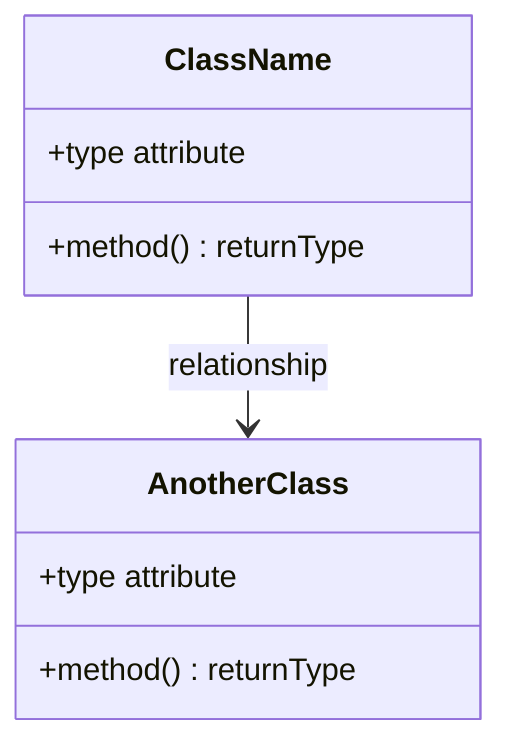
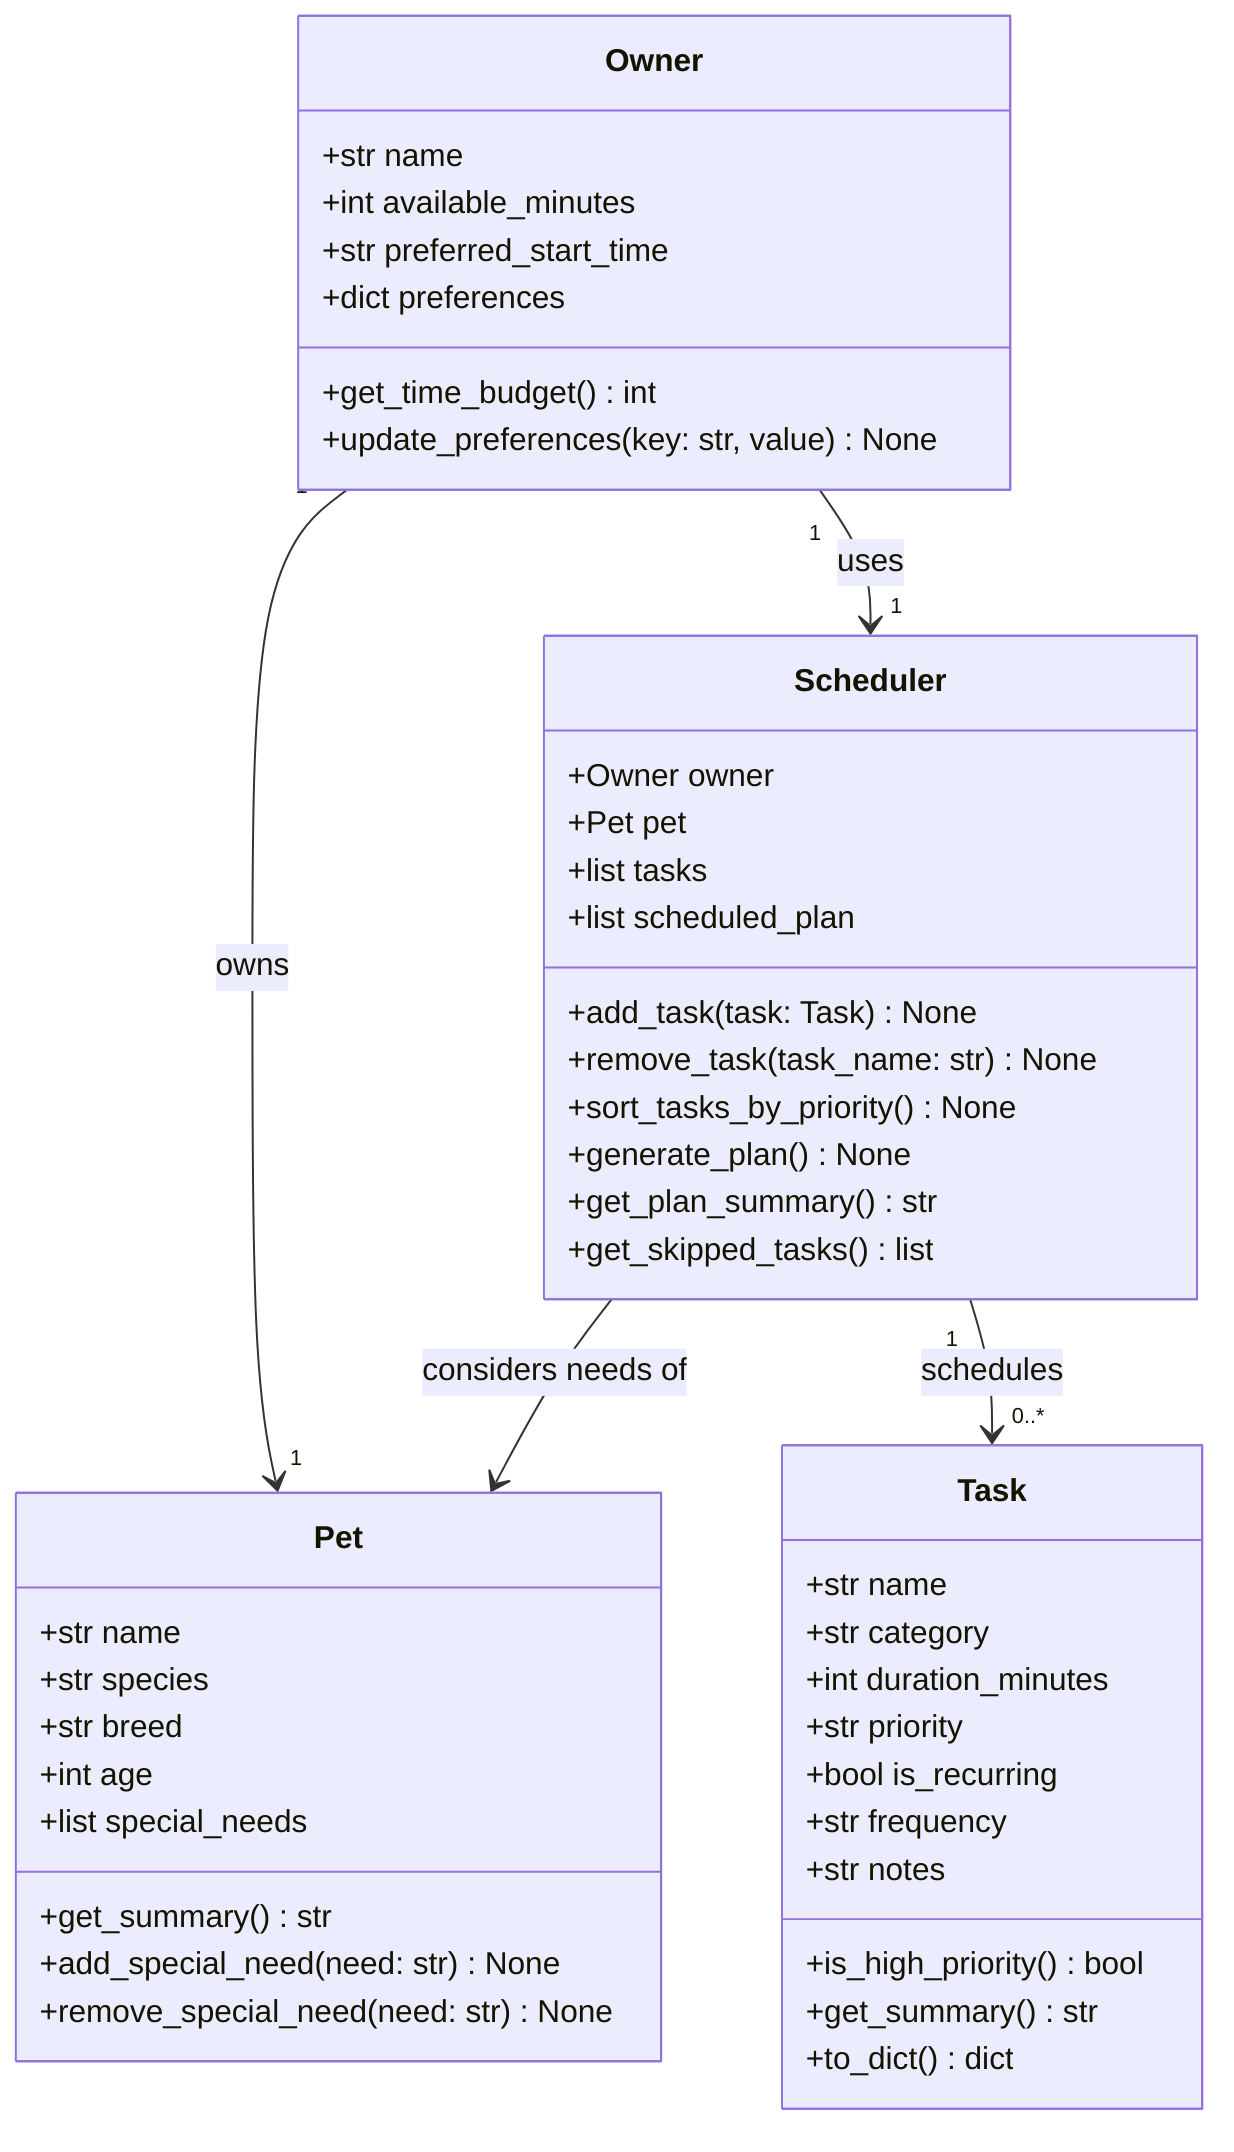
classDiagram
-     %% Replace the placeholders below with your actual classes, attributes, methods, and relationships.
-     %% Keep this file updated so it matches your final implementation.
+     %% PawPal+ Class Diagram — keep updated to match implementation

-     class ClassName {
-         +type attribute
-         +method() returnType
+     class Pet {
+         +str name
+         +str species
+         +str breed
+         +int age
+         +list special_needs
+         +get_summary() str
+         +add_special_need(need: str) None
+         +remove_special_need(need: str) None
    }

-     class AnotherClass {
-         +type attribute
-         +method() returnType
+     class Owner {
+         +str name
+         +int available_minutes
+         +str preferred_start_time
+         +dict preferences
+         +get_time_budget() int
+         +update_preferences(key: str, value) None
    }

-     ClassName --> AnotherClass : relationship
+     class Task {
+         +str name
+         +str category
+         +int duration_minutes
+         +str priority
+         +bool is_recurring
+         +str frequency
+         +str notes
+         +is_high_priority() bool
+         +get_summary() str
+         +to_dict() dict
+     }
+ 
+     class Scheduler {
+         +Owner owner
+         +Pet pet
+         +list tasks
+         +list scheduled_plan
+         +add_task(task: Task) None
+         +remove_task(task_name: str) None
+         +sort_tasks_by_priority() None
+         +generate_plan() None
+         +get_plan_summary() str
+         +get_skipped_tasks() list
+     }
+ 
+     Owner "1" --> "1" Pet : owns
+     Owner "1" --> "1" Scheduler : uses
+     Scheduler "1" --> "0..*" Task : schedules
+     Scheduler --> Pet : considers needs of
